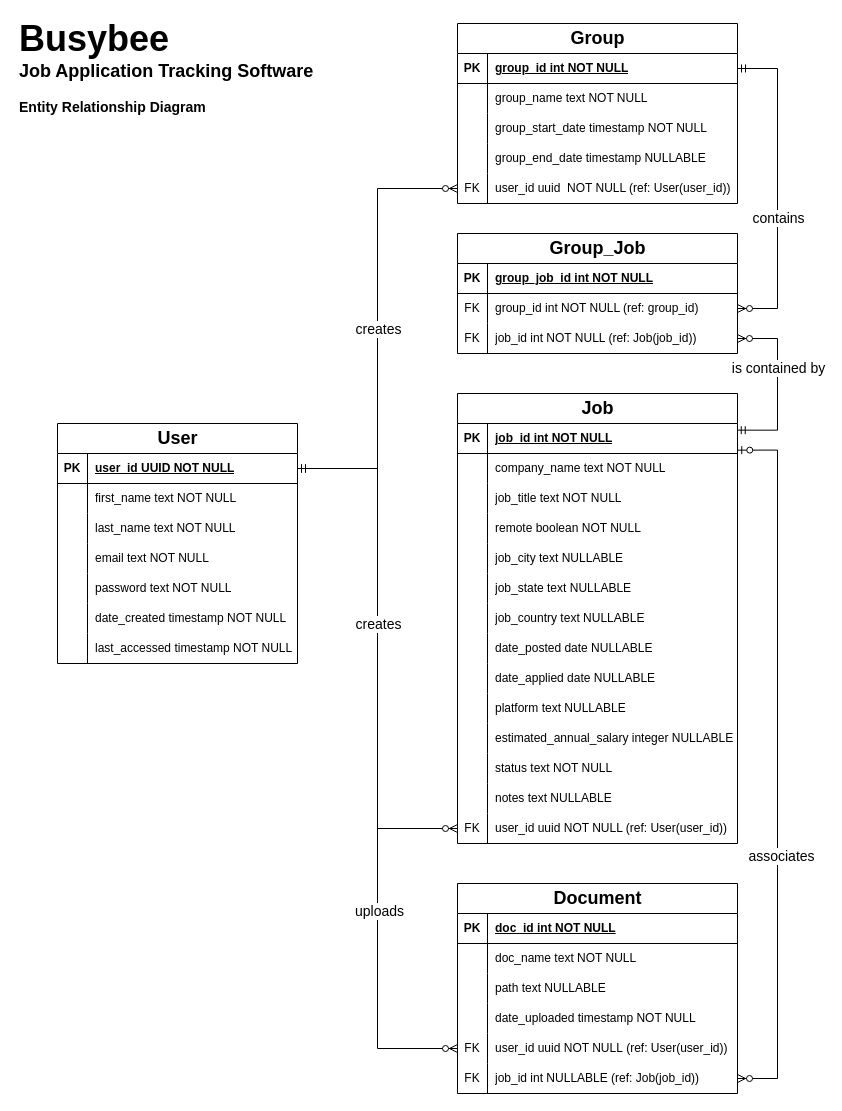
Before: Documentation/diagrams/busybee.erd.drawio in Masonluna/BusyBee, a draw.io diagram. Source tidied: cells renumbered, new cells numbered last; positions are measured from the earlier drawing's top-left corner, leaving out a move shared by most shapes. Both pictures are drawn from the tidied source at 100%, with x=0, y=0 at pixel (17, 23).
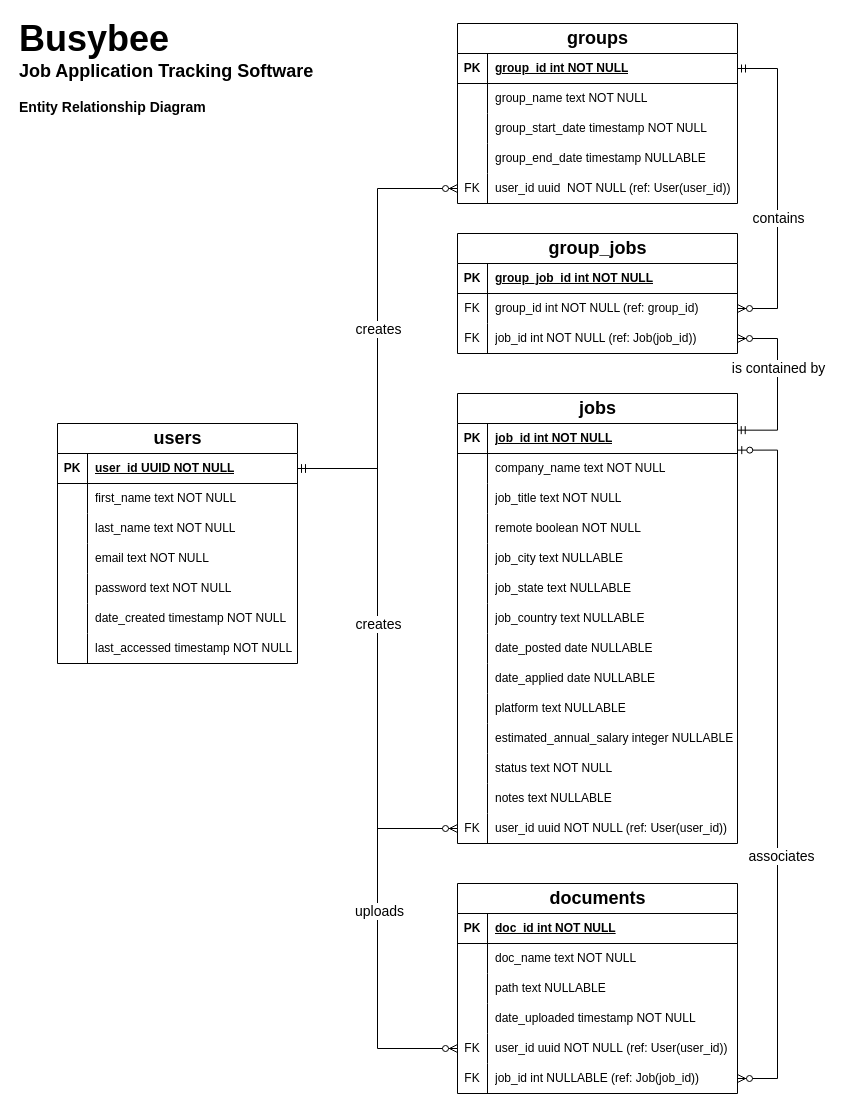
The same page after the edit.

Change to the diagram source:
```diff
@@
-    <mxCell id="6" value="&lt;font style=&quot;font-size: 18px;&quot;&gt;User&lt;/font&gt;" style="shape=table;startSize=30;childLayout=tableLayout;rowLines=0;fontStyle=1;align=center;html=1;" parent="1" vertex="1">
+    <mxCell id="6" value="&lt;font style=&quot;font-size: 18px;&quot;&gt;users&lt;/font&gt;" style="shape=table;startSize=30;childLayout=tableLayout;rowLines=0;fontStyle=1;align=center;html=1;" parent="1" vertex="1">
       <mxGeometry x="40" y="400" width="240" height="240" as="geometry" />
     </mxCell>
@@
-    <mxCell id="28" value="&lt;font style=&quot;font-size: 18px;&quot;&gt;Group&lt;/font&gt;" style="shape=table;startSize=30;childLayout=tableLayout;rowLines=0;fontStyle=1;align=center;html=1;" parent="1" vertex="1">
+    <mxCell id="28" value="&lt;span style=&quot;font-size: 18px;&quot;&gt;groups&lt;/span&gt;" style="shape=table;startSize=30;childLayout=tableLayout;rowLines=0;fontStyle=1;align=center;html=1;" parent="1" vertex="1">
       <mxGeometry x="440" width="280" height="180" as="geometry" />
     </mxCell>
@@
-    <mxCell id="46" value="&lt;font style=&quot;font-size: 18px;&quot;&gt;Job&lt;/font&gt;" style="shape=table;startSize=30;childLayout=tableLayout;rowLines=0;fontStyle=1;align=center;html=1;" parent="1" vertex="1">
+    <mxCell id="46" value="&lt;font style=&quot;font-size: 18px;&quot;&gt;jobs&lt;/font&gt;" style="shape=table;startSize=30;childLayout=tableLayout;rowLines=0;fontStyle=1;align=center;html=1;" parent="1" vertex="1">
       <mxGeometry x="440" y="370" width="280" height="450" as="geometry" />
     </mxCell>
@@
-    <mxCell id="89" value="&lt;font style=&quot;font-size: 18px;&quot;&gt;Group_Job&lt;/font&gt;" style="shape=table;startSize=30;childLayout=tableLayout;rowLines=0;fontStyle=1;align=center;html=1;" parent="1" vertex="1">
+    <mxCell id="89" value="&lt;font style=&quot;font-size: 18px;&quot;&gt;group_jobs&lt;/font&gt;" style="shape=table;startSize=30;childLayout=tableLayout;rowLines=0;fontStyle=1;align=center;html=1;" parent="1" vertex="1">
       <mxGeometry x="440" y="210" width="280" height="120" as="geometry" />
     </mxCell>
@@
-    <mxCell id="105" value="&lt;font style=&quot;font-size: 18px;&quot;&gt;Document&lt;/font&gt;" style="shape=table;startSize=30;childLayout=tableLayout;rowLines=0;fontStyle=1;align=center;html=1;" parent="1" vertex="1">
+    <mxCell id="105" value="&lt;font style=&quot;font-size: 18px;&quot;&gt;documents&lt;/font&gt;" style="shape=table;startSize=30;childLayout=tableLayout;rowLines=0;fontStyle=1;align=center;html=1;" parent="1" vertex="1">
       <mxGeometry x="440" y="860" width="280" height="210" as="geometry" />
     </mxCell>
```
